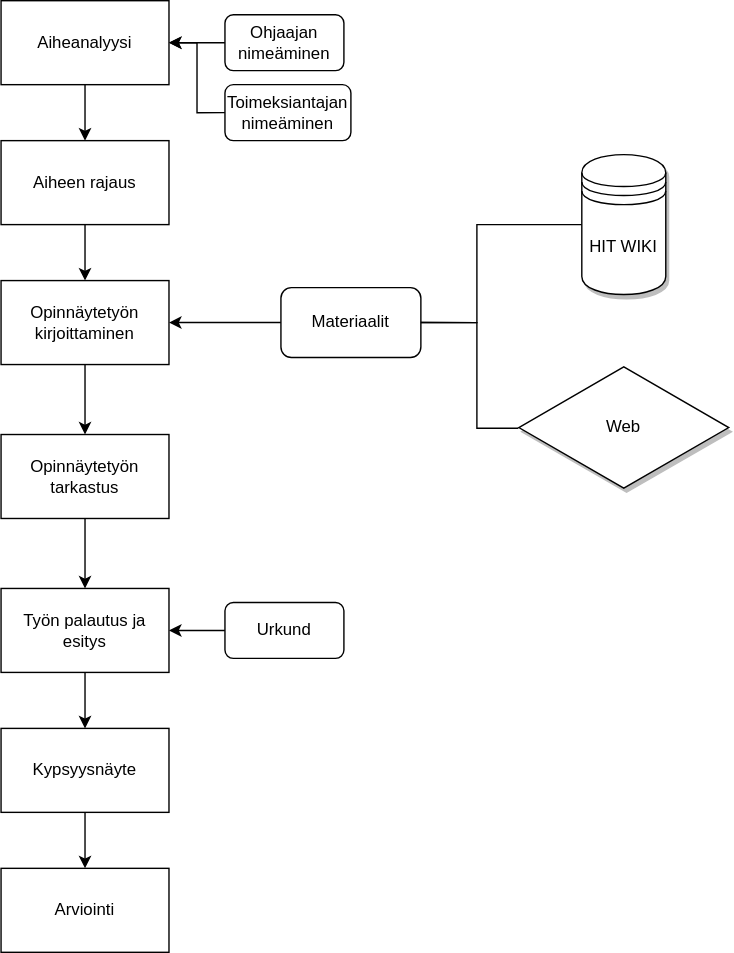
The draw.io diagram oppari_process.svg in hirsmaki/oppari, before a commit. Source tidied: cells renumbered, new cells last; positions are measured from the earlier drawing's top-left corner, leaving out a move shared by most shapes.
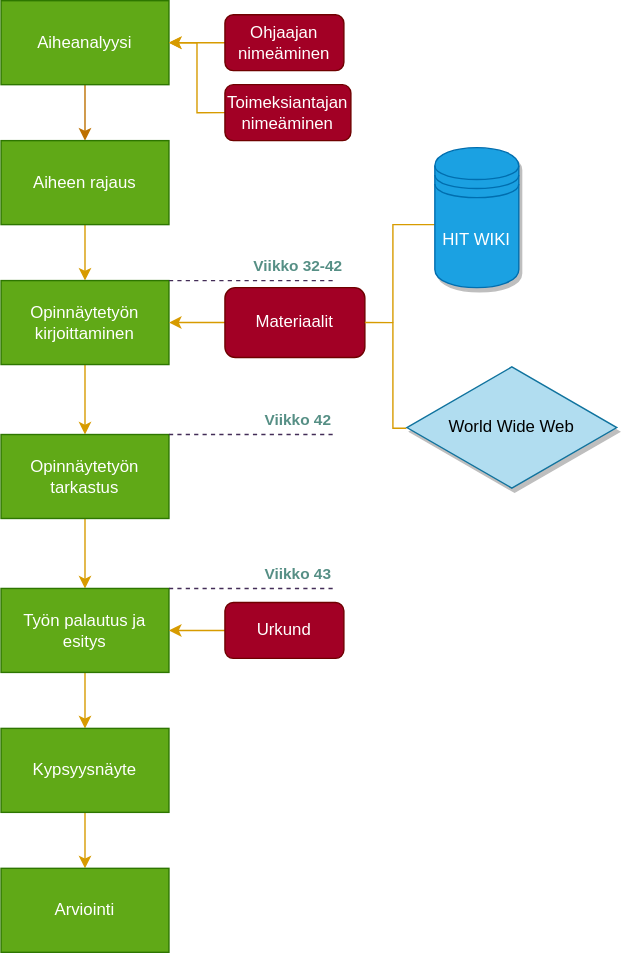
Above is the later version.

The edit, as a diff of the source:
```diff
@@ -2,87 +2,87 @@
   <root>
     <mxCell id="0" />
     <mxCell id="1" parent="0" />
-    <mxCell id="2" style="edgeStyle=orthogonalEdgeStyle;rounded=0;jettySize=auto;html=1;exitX=0.5;exitY=1;exitDx=0;exitDy=0;entryX=0.5;entryY=0;entryDx=0;entryDy=0;" parent="1" edge="1" source="3" target="5">
+    <mxCell id="2" style="edgeStyle=orthogonalEdgeStyle;rounded=0;jettySize=auto;html=1;exitX=0.5;exitY=1;exitDx=0;exitDy=0;entryX=0.5;entryY=0;entryDx=0;entryDy=0;fillColor=#f0a30a;strokeColor=#BD7000;" parent="1" edge="1" source="3" target="5">
       <mxGeometry relative="1" as="geometry" />
     </mxCell>
-    <mxCell id="3" value="Aiheanalyysi" style="rounded=0;whiteSpace=wrap;html=1;" parent="1" vertex="1">
+    <mxCell id="3" value="Aiheanalyysi" style="rounded=0;whiteSpace=wrap;html=1;fillColor=#60a917;strokeColor=#2D7600;fontColor=#ffffff;" parent="1" vertex="1">
       <mxGeometry width="120" height="60" as="geometry" />
     </mxCell>
-    <mxCell id="4" style="edgeStyle=orthogonalEdgeStyle;rounded=0;jettySize=auto;html=1;entryX=0.5;entryY=0;entryDx=0;entryDy=0;endArrow=classic;endFill=1;" parent="1" edge="1" source="5" target="9">
+    <mxCell id="4" style="edgeStyle=orthogonalEdgeStyle;rounded=0;jettySize=auto;html=1;entryX=0.5;entryY=0;entryDx=0;entryDy=0;endArrow=classic;endFill=1;fillColor=#ffcd28;strokeColor=#d79b00;gradientColor=#ffa500;" parent="1" edge="1" source="5" target="9">
       <mxGeometry relative="1" as="geometry" />
     </mxCell>
-    <mxCell id="5" value="Aiheen rajaus" style="rounded=0;whiteSpace=wrap;html=1;" parent="1" vertex="1">
+    <mxCell id="5" value="Aiheen rajaus" style="rounded=0;whiteSpace=wrap;html=1;fillColor=#60a917;strokeColor=#2D7600;fontColor=#ffffff;" parent="1" vertex="1">
       <mxGeometry y="100" width="120" height="60" as="geometry" />
     </mxCell>
-    <mxCell id="6" style="edgeStyle=orthogonalEdgeStyle;rounded=0;jettySize=auto;html=1;" parent="1" edge="1" source="7" target="3">
+    <mxCell id="6" style="edgeStyle=orthogonalEdgeStyle;rounded=0;jettySize=auto;html=1;fillColor=#ffcd28;strokeColor=#d79b00;gradientColor=#ffa500;" parent="1" edge="1" source="7" target="3">
       <mxGeometry relative="1" as="geometry" />
     </mxCell>
-    <mxCell id="7" value="Ohjaajan nimeäminen" style="rounded=1;whiteSpace=wrap;html=1;" parent="1" vertex="1">
+    <mxCell id="7" value="Ohjaajan nimeäminen" style="rounded=1;whiteSpace=wrap;html=1;fillColor=#a20025;strokeColor=#6F0000;fontColor=#ffffff;" parent="1" vertex="1">
       <mxGeometry x="160" y="10" width="85" height="40" as="geometry" />
     </mxCell>
-    <mxCell id="8" style="edgeStyle=orthogonalEdgeStyle;rounded=0;jettySize=auto;html=1;entryX=0.5;entryY=0;entryDx=0;entryDy=0;endArrow=classic;endFill=1;" parent="1" edge="1" source="9" target="17">
+    <mxCell id="8" style="edgeStyle=orthogonalEdgeStyle;rounded=0;jettySize=auto;html=1;entryX=0.5;entryY=0;entryDx=0;entryDy=0;endArrow=classic;endFill=1;fillColor=#ffcd28;strokeColor=#d79b00;gradientColor=#ffa500;" parent="1" edge="1" source="9" target="17">
       <mxGeometry relative="1" as="geometry" />
     </mxCell>
-    <mxCell id="9" value="Opinnäytetyön kirjoittaminen" style="rounded=0;whiteSpace=wrap;html=1;glass=0;sketch=0;shadow=0;bold=5;strokeWidth=1;" parent="1" vertex="1">
+    <mxCell id="9" value="Opinnäytetyön kirjoittaminen" style="rounded=0;whiteSpace=wrap;html=1;glass=0;sketch=0;shadow=0;bold=5;strokeWidth=1;fillColor=#60a917;strokeColor=#2D7600;fontColor=#ffffff;" parent="1" vertex="1">
       <mxGeometry y="200" width="120" height="60" as="geometry" />
     </mxCell>
-    <mxCell id="10" style="edgeStyle=orthogonalEdgeStyle;rounded=0;jettySize=auto;html=1;exitX=0;exitY=0.5;exitDx=0;exitDy=0;entryX=1;entryY=0.5;entryDx=0;entryDy=0;" parent="1" edge="1" source="11" target="9">
+    <mxCell id="10" style="edgeStyle=orthogonalEdgeStyle;rounded=0;jettySize=auto;html=1;exitX=0;exitY=0.5;exitDx=0;exitDy=0;entryX=1;entryY=0.5;entryDx=0;entryDy=0;fillColor=#ffcd28;strokeColor=#d79b00;gradientColor=#ffa500;" parent="1" edge="1" source="11" target="9">
       <mxGeometry relative="1" as="geometry" />
     </mxCell>
-    <mxCell id="11" value="Materiaalit" style="rounded=1;whiteSpace=wrap;html=1;" parent="1" vertex="1">
-      <mxGeometry x="200" y="205" width="100" height="50" as="geometry" />
+    <mxCell id="11" value="Materiaalit" style="rounded=1;whiteSpace=wrap;html=1;fillColor=#a20025;strokeColor=#6F0000;fontColor=#ffffff;" parent="1" vertex="1">
+      <mxGeometry x="160" y="205" width="100" height="50" as="geometry" />
     </mxCell>
-    <mxCell id="12" style="edgeStyle=orthogonalEdgeStyle;rounded=0;jettySize=auto;html=1;endArrow=none;endFill=0;" parent="1" edge="1" source="13">
+    <mxCell id="12" style="edgeStyle=orthogonalEdgeStyle;rounded=0;jettySize=auto;html=1;endArrow=none;endFill=0;fillColor=#ffcd28;strokeColor=#d79b00;gradientColor=#ffa500;" parent="1" edge="1" source="13">
       <mxGeometry relative="1" as="geometry">
-        <mxPoint x="300" y="230" as="targetPoint" />
+        <mxPoint x="280" y="230" as="targetPoint" />
         <Array as="points">
-          <mxPoint x="340" y="160" />
-          <mxPoint x="340" y="230" />
+          <mxPoint x="280" y="160" />
+          <mxPoint x="280" y="230" />
         </Array>
       </mxGeometry>
     </mxCell>
-    <mxCell id="13" value="HIT WIKI" style="shape=datastore;whiteSpace=wrap;html=1;shadow=1;" parent="1" vertex="1">
-      <mxGeometry x="415" y="110" width="60" height="100" as="geometry" />
+    <mxCell id="13" value="HIT WIKI" style="shape=datastore;whiteSpace=wrap;html=1;shadow=1;fillColor=#1ba1e2;strokeColor=#006EAF;fontColor=#ffffff;" parent="1" vertex="1">
+      <mxGeometry x="310" y="105" width="60" height="100" as="geometry" />
     </mxCell>
-    <mxCell id="14" style="edgeStyle=orthogonalEdgeStyle;rounded=0;jettySize=auto;html=1;endArrow=none;endFill=0;entryX=1;entryY=0.5;entryDx=0;entryDy=0;exitX=-0.002;exitY=0.506;exitDx=0;exitDy=0;exitPerimeter=0;" parent="1" edge="1" source="15" target="11">
+    <mxCell id="14" style="edgeStyle=orthogonalEdgeStyle;rounded=0;jettySize=auto;html=1;endArrow=none;endFill=0;entryX=1;entryY=0.5;entryDx=0;entryDy=0;exitX=-0.002;exitY=0.506;exitDx=0;exitDy=0;exitPerimeter=0;fillColor=#ffcd28;strokeColor=#d79b00;gradientColor=#ffa500;" parent="1" edge="1" source="15" target="11">
       <mxGeometry relative="1" as="geometry">
         <Array as="points">
-          <mxPoint x="340" y="306" />
-          <mxPoint x="340" y="230" />
+          <mxPoint x="280" y="306" />
+          <mxPoint x="280" y="230" />
         </Array>
       </mxGeometry>
     </mxCell>
-    <mxCell id="15" value="Web" style="html=1;whiteSpace=wrap;shape=isoRectangle;shadow=1;" parent="1" vertex="1">
-      <mxGeometry x="370" y="260" width="150" height="90" as="geometry" />
+    <mxCell id="15" value="World Wide Web" style="html=1;whiteSpace=wrap;shape=isoRectangle;shadow=1;fillColor=#b1ddf0;strokeColor=#10739e;" parent="1" vertex="1">
+      <mxGeometry x="290" y="260" width="150" height="90" as="geometry" />
     </mxCell>
-    <mxCell id="16" style="edgeStyle=orthogonalEdgeStyle;rounded=0;jettySize=auto;html=1;exitX=0.5;exitY=1;exitDx=0;exitDy=0;entryX=0.5;entryY=0;entryDx=0;entryDy=0;endArrow=classic;endFill=1;" parent="1" edge="1" source="17" target="19">
+    <mxCell id="16" style="edgeStyle=orthogonalEdgeStyle;rounded=0;jettySize=auto;html=1;exitX=0.5;exitY=1;exitDx=0;exitDy=0;entryX=0.5;entryY=0;entryDx=0;entryDy=0;endArrow=classic;endFill=1;fillColor=#ffcd28;strokeColor=#d79b00;gradientColor=#ffa500;" parent="1" edge="1" source="17" target="19">
       <mxGeometry relative="1" as="geometry" />
     </mxCell>
-    <mxCell id="17" value="Opinnäytetyön tarkastus" style="rounded=0;whiteSpace=wrap;html=1;shadow=0;" parent="1" vertex="1">
+    <mxCell id="17" value="Opinnäytetyön tarkastus" style="rounded=0;whiteSpace=wrap;html=1;shadow=0;fillColor=#60a917;strokeColor=#2D7600;fontColor=#ffffff;" parent="1" vertex="1">
       <mxGeometry y="310" width="120" height="60" as="geometry" />
     </mxCell>
-    <mxCell id="18" style="edgeStyle=orthogonalEdgeStyle;rounded=0;jettySize=auto;html=1;exitX=0.5;exitY=1;exitDx=0;exitDy=0;entryX=0.5;entryY=0;entryDx=0;entryDy=0;endArrow=classic;endFill=1;" parent="1" edge="1" source="19" target="21">
+    <mxCell id="18" style="edgeStyle=orthogonalEdgeStyle;rounded=0;jettySize=auto;html=1;exitX=0.5;exitY=1;exitDx=0;exitDy=0;entryX=0.5;entryY=0;entryDx=0;entryDy=0;endArrow=classic;endFill=1;fillColor=#ffcd28;strokeColor=#d79b00;gradientColor=#ffa500;" parent="1" edge="1" source="19" target="21">
       <mxGeometry relative="1" as="geometry" />
     </mxCell>
-    <mxCell id="19" value="Työn palautus ja esitys" style="rounded=0;whiteSpace=wrap;html=1;shadow=0;" parent="1" vertex="1">
+    <mxCell id="19" value="Työn palautus ja esitys" style="rounded=0;whiteSpace=wrap;html=1;shadow=0;fillColor=#60a917;strokeColor=#2D7600;fontColor=#ffffff;" parent="1" vertex="1">
       <mxGeometry y="420" width="120" height="60" as="geometry" />
     </mxCell>
-    <mxCell id="20" style="edgeStyle=orthogonalEdgeStyle;rounded=0;jettySize=auto;html=1;entryX=0.5;entryY=0;entryDx=0;entryDy=0;endArrow=classic;endFill=1;" parent="1" edge="1" source="21" target="22">
+    <mxCell id="20" style="edgeStyle=orthogonalEdgeStyle;rounded=0;jettySize=auto;html=1;entryX=0.5;entryY=0;entryDx=0;entryDy=0;endArrow=classic;endFill=1;fillColor=#ffcd28;strokeColor=#d79b00;gradientColor=#ffa500;" parent="1" edge="1" source="21" target="22">
       <mxGeometry relative="1" as="geometry" />
     </mxCell>
-    <mxCell id="21" value="Kypsyysnäyte" style="rounded=0;whiteSpace=wrap;html=1;shadow=0;" parent="1" vertex="1">
+    <mxCell id="21" value="Kypsyysnäyte" style="rounded=0;whiteSpace=wrap;html=1;shadow=0;fillColor=#60a917;strokeColor=#2D7600;fontColor=#ffffff;" parent="1" vertex="1">
       <mxGeometry y="520" width="120" height="60" as="geometry" />
     </mxCell>
-    <mxCell id="22" value="Arviointi" style="rounded=0;whiteSpace=wrap;html=1;shadow=0;" parent="1" vertex="1">
+    <mxCell id="22" value="Arviointi" style="rounded=0;whiteSpace=wrap;html=1;shadow=0;fillColor=#60a917;strokeColor=#2D7600;fontColor=#ffffff;" parent="1" vertex="1">
       <mxGeometry y="620" width="120" height="60" as="geometry" />
     </mxCell>
-    <mxCell id="23" style="edgeStyle=orthogonalEdgeStyle;rounded=0;jettySize=auto;html=1;entryX=1;entryY=0.5;entryDx=0;entryDy=0;" parent="1" edge="1" source="24" target="19">
+    <mxCell id="23" style="edgeStyle=orthogonalEdgeStyle;rounded=0;jettySize=auto;html=1;entryX=1;entryY=0.5;entryDx=0;entryDy=0;fillColor=#ffcd28;strokeColor=#d79b00;gradientColor=#ffa500;" parent="1" edge="1" source="24" target="19">
       <mxGeometry relative="1" as="geometry" />
     </mxCell>
-    <mxCell id="24" value="Urkund" style="rounded=1;whiteSpace=wrap;html=1;" parent="1" vertex="1">
+    <mxCell id="24" value="Urkund" style="rounded=1;whiteSpace=wrap;html=1;fillColor=#a20025;strokeColor=#6F0000;fontColor=#ffffff;" parent="1" vertex="1">
       <mxGeometry x="160" y="430" width="85" height="40" as="geometry" />
     </mxCell>
-    <mxCell id="25" style="edgeStyle=orthogonalEdgeStyle;rounded=0;jettySize=auto;html=1;exitX=0;exitY=0.5;exitDx=0;exitDy=0;" parent="1" edge="1" source="26">
+    <mxCell id="25" style="edgeStyle=orthogonalEdgeStyle;rounded=0;jettySize=auto;html=1;exitX=0;exitY=0.5;exitDx=0;exitDy=0;fillColor=#ffcd28;strokeColor=#d79b00;gradientColor=#ffa500;" parent="1" edge="1" source="26">
       <mxGeometry relative="1" as="geometry">
         <mxPoint x="120" y="30" as="targetPoint" />
         <Array as="points">
@@ -91,8 +91,40 @@
         </Array>
       </mxGeometry>
     </mxCell>
-    <mxCell id="26" value="Toimeksiantajan nimeäminen" style="rounded=1;whiteSpace=wrap;html=1;" parent="1" vertex="1">
+    <mxCell id="26" value="Toimeksiantajan nimeäminen" style="rounded=1;whiteSpace=wrap;html=1;fillColor=#a20025;strokeColor=#6F0000;fontColor=#ffffff;" parent="1" vertex="1">
       <mxGeometry x="160" y="60" width="90" height="40" as="geometry" />
     </mxCell>
+    <mxCell id="27" style="endArrow=none;dashed=1;html=1;fontColor=#568F85;fillColor=#76608a;strokeColor=#432D57;exitX=1;exitY=0;exitDx=0;exitDy=0;" parent="1" edge="1" source="9">
+      <mxGeometry relative="1" as="geometry">
+        <mxPoint x="240" y="200" as="targetPoint" />
+      </mxGeometry>
+    </mxCell>
+    <mxCell id="28" value="Viikko 32-42" style="edgeLabel;html=1;align=center;verticalAlign=middle;fontColor=#568F85;fontStyle=1;labelBackgroundColor=none;" parent="27" vertex="1">
+      <mxGeometry x="0.8" y="2" relative="1" as="geometry">
+        <mxPoint x="-17" y="-8" as="offset" />
+      </mxGeometry>
+    </mxCell>
+    <mxCell id="29" style="endArrow=none;dashed=1;html=1;fontColor=#568F85;fillColor=#76608a;strokeColor=#432D57;exitX=1;exitY=0;exitDx=0;exitDy=0;" parent="1" edge="1">
+      <mxGeometry relative="1" as="geometry">
+        <mxPoint x="120" y="310" as="sourcePoint" />
+        <mxPoint x="240" y="310" as="targetPoint" />
+      </mxGeometry>
+    </mxCell>
+    <mxCell id="30" value="Viikko 42" style="edgeLabel;html=1;align=center;verticalAlign=middle;fontColor=#568F85;fontStyle=1;labelBackgroundColor=none;" parent="29" vertex="1">
+      <mxGeometry x="0.8" y="2" relative="1" as="geometry">
+        <mxPoint x="-17" y="-8" as="offset" />
+      </mxGeometry>
+    </mxCell>
+    <mxCell id="31" style="endArrow=none;dashed=1;html=1;fontColor=#568F85;fillColor=#76608a;strokeColor=#432D57;exitX=1;exitY=0;exitDx=0;exitDy=0;" parent="1" edge="1">
+      <mxGeometry relative="1" as="geometry">
+        <mxPoint x="120" y="420" as="sourcePoint" />
+        <mxPoint x="240" y="420" as="targetPoint" />
+      </mxGeometry>
+    </mxCell>
+    <mxCell id="32" value="Viikko 43" style="edgeLabel;html=1;align=center;verticalAlign=middle;fontColor=#568F85;fontStyle=1;labelBackgroundColor=none;" parent="31" vertex="1">
+      <mxGeometry x="0.8" y="2" relative="1" as="geometry">
+        <mxPoint x="-17" y="-8" as="offset" />
+      </mxGeometry>
+    </mxCell>
   </root>
 </mxGraphModel>
```
